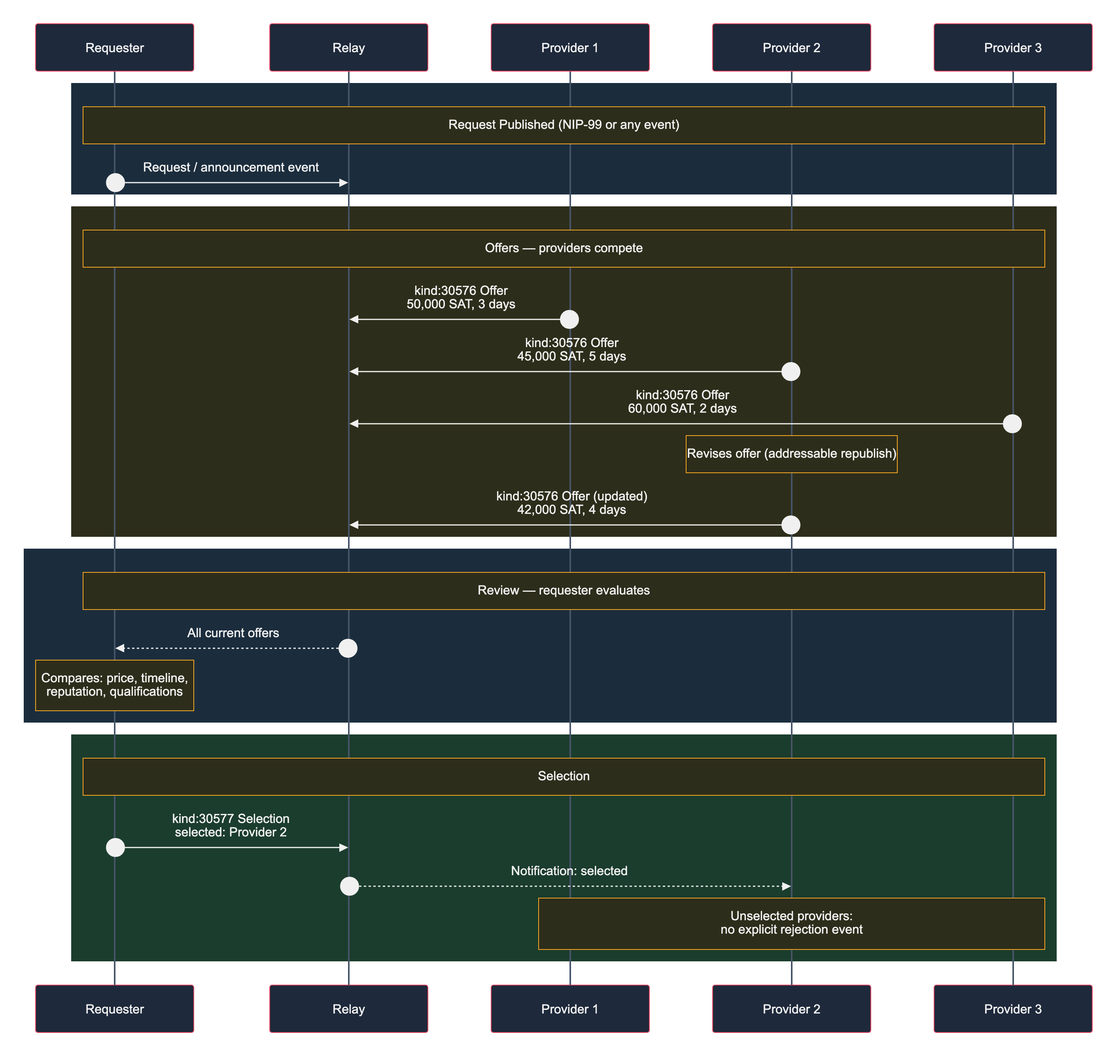
This is images/matching-1-competitive-selection.png from forgesworn/nip-drafts, a Mermaid export, as it was before one commit. Its source is kept beside it as images/matching-1-competitive-selection.mmd.
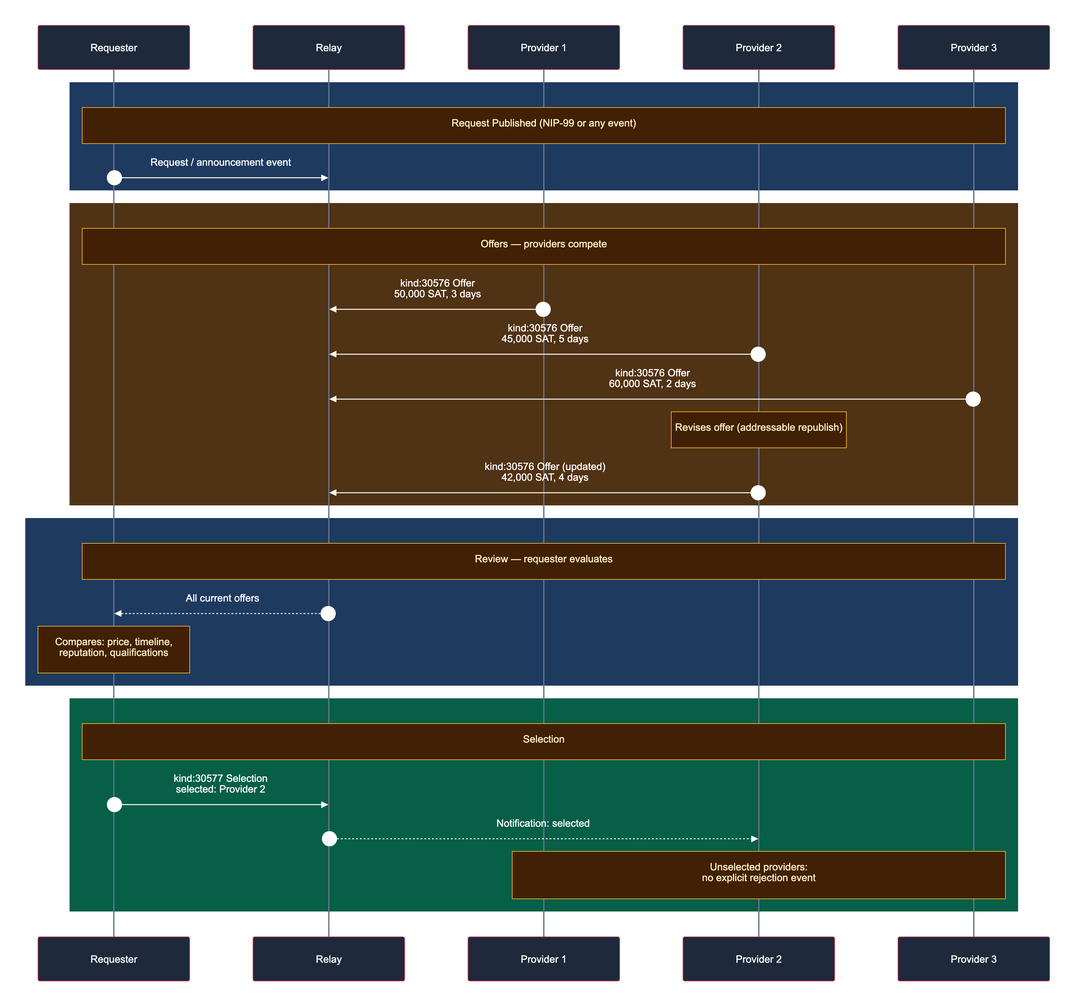
The same diagram one commit later.

The edit, as a diff of the source:
```diff
@@ -6,12 +6,12 @@
     participant P2 as Provider 2
     participant P3 as Provider 3
 
-    rect rgb(27, 45, 61)
+    rect rgb(30, 58, 95)
         Note over RQ,P3: Request Published (NIP-99 or any event)
         RQ->>RL: Request / announcement event
     end
 
-    rect rgb(45, 45, 27)
+    rect rgb(80, 50, 20)
         Note over RQ,P3: Offers — providers compete
         P1->>RL: kind:30576 Offer<br/>50,000 SAT, 3 days
         P2->>RL: kind:30576 Offer<br/>45,000 SAT, 5 days
@@ -21,13 +21,13 @@
         P2->>RL: kind:30576 Offer (updated)<br/>42,000 SAT, 4 days
     end
 
-    rect rgb(27, 45, 61)
+    rect rgb(30, 58, 95)
         Note over RQ,P3: Review — requester evaluates
         RL-->>RQ: All current offers
         Note over RQ: Compares: price, timeline,<br/>reputation, qualifications
     end
 
-    rect rgb(27, 61, 45)
+    rect rgb(6, 95, 70)
         Note over RQ,P3: Selection
         RQ->>RL: kind:30577 Selection<br/>selected: Provider 2
         RL-->>P2: Notification: selected
```
